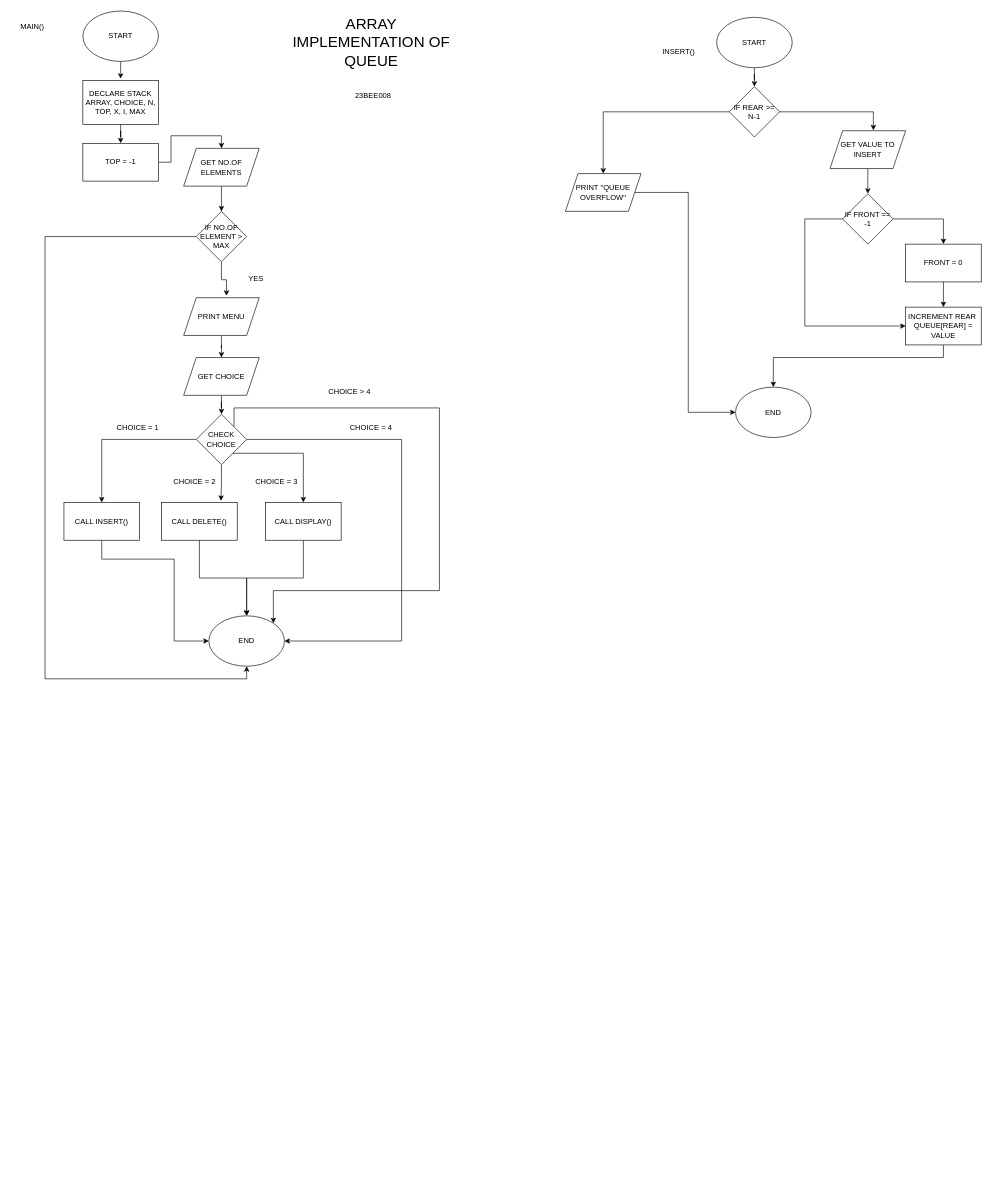
Before: QUEUE.drawio in ahamril2265/DSA-LABS, a draw.io diagram. Source tidied: cells renumbered, new cells numbered last; positions are measured from the earlier drawing's top-left corner, leaving out a move shared by most shapes. Both pictures are drawn from the tidied source at 63%, with x=0, y=0 at pixel (13, 11).
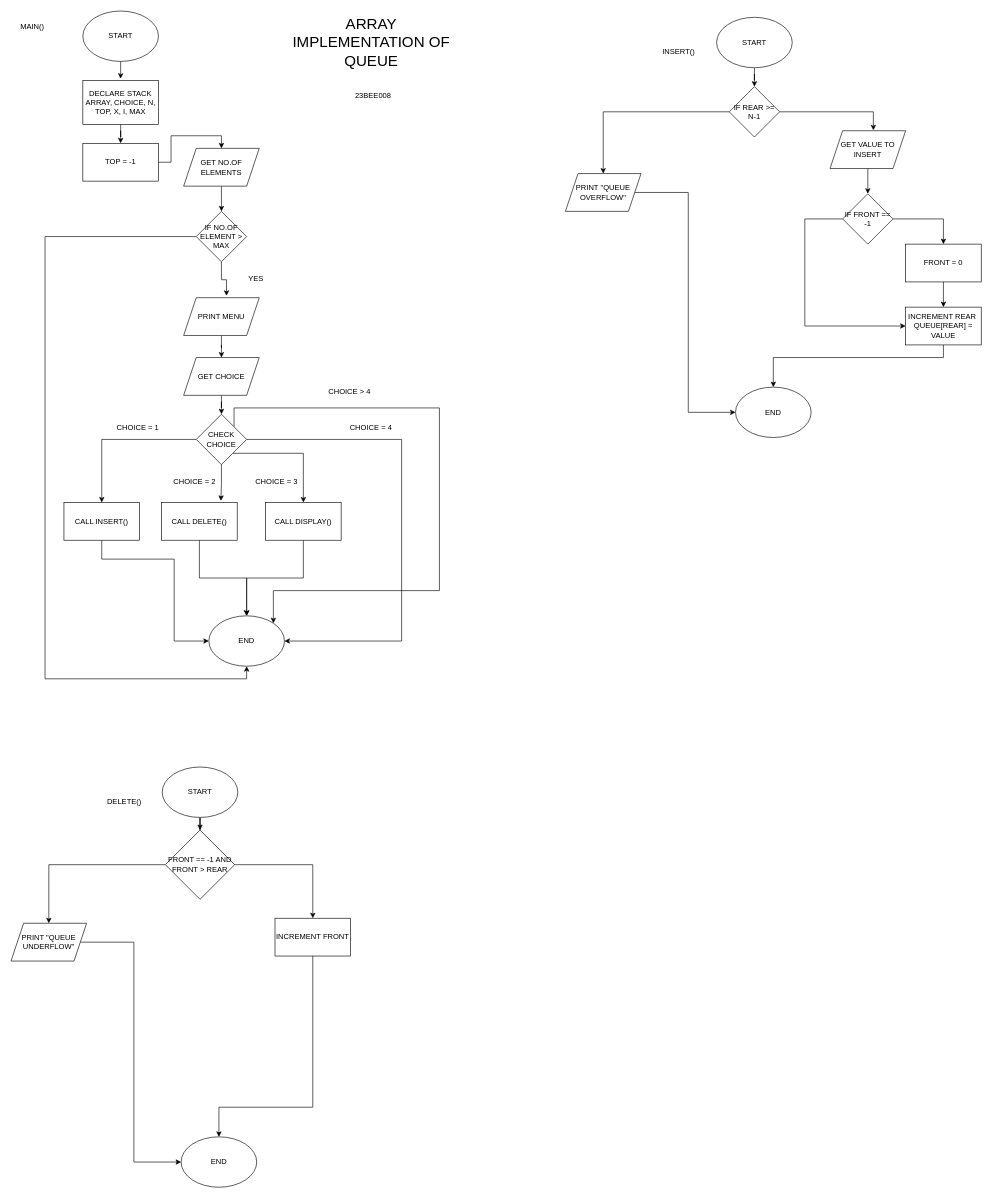
The same diagram, later.

Diff of the diagram source:
```diff
@@
+    <mxCell id="57" style="edgeStyle=orthogonalEdgeStyle;rounded=0;jettySize=auto;html=1;entryX=0.5;entryY=0;entryDx=0;entryDy=0;" parent="1" edge="1" source="58" target="60">
+      <mxGeometry relative="1" as="geometry" />
+    </mxCell>
+    <mxCell id="58" value="START" style="ellipse;whiteSpace=wrap;html=1;" parent="1" vertex="1">
+      <mxGeometry x="236" y="1200" width="120" height="80" as="geometry" />
+    </mxCell>
+    <mxCell id="59" style="edgeStyle=orthogonalEdgeStyle;rounded=0;jettySize=auto;html=1;entryX=0.5;entryY=0;entryDx=0;entryDy=0;" parent="1" edge="1" source="60" target="62">
+      <mxGeometry relative="1" as="geometry" />
+    </mxCell>
+    <mxCell id="60" value="FRONT == -1 AND FRONT &amp;gt; REAR" style="rhombus;whiteSpace=wrap;html=1;" parent="1" vertex="1">
+      <mxGeometry x="241" y="1300" width="110" height="110" as="geometry" />
+    </mxCell>
+    <mxCell id="61" style="edgeStyle=orthogonalEdgeStyle;rounded=0;jettySize=auto;html=1;entryX=0;entryY=0.5;entryDx=0;entryDy=0;" parent="1" edge="1" source="62" target="66">
+      <mxGeometry relative="1" as="geometry" />
+    </mxCell>
+    <mxCell id="62" value="PRINT &quot;QUEUE UNDERFLOW&quot;" style="shape=parallelogram;perimeter=parallelogramPerimeter;whiteSpace=wrap;html=1;fixedSize=1;" parent="1" vertex="1">
+      <mxGeometry x="-4" y="1448" width="120" height="60" as="geometry" />
+    </mxCell>
+    <mxCell id="63" style="edgeStyle=orthogonalEdgeStyle;rounded=0;jettySize=auto;html=1;entryX=0.5;entryY=0;entryDx=0;entryDy=0;" parent="1" edge="1" source="60" target="65">
+      <mxGeometry relative="1" as="geometry" />
+    </mxCell>
+    <mxCell id="64" style="edgeStyle=orthogonalEdgeStyle;rounded=0;jettySize=auto;html=1;" parent="1" edge="1" source="65" target="66">
+      <mxGeometry relative="1" as="geometry">
+        <Array as="points">
+          <mxPoint x="475" y="1740" />
+          <mxPoint x="326" y="1740" />
+        </Array>
+      </mxGeometry>
+    </mxCell>
+    <mxCell id="65" value="INCREMENT FRONT" style="rounded=0;whiteSpace=wrap;html=1;" parent="1" vertex="1">
+      <mxGeometry x="415" y="1440" width="120" height="60" as="geometry" />
+    </mxCell>
+    <mxCell id="66" value="END" style="ellipse;whiteSpace=wrap;html=1;" parent="1" vertex="1">
+      <mxGeometry x="266" y="1787" width="120" height="80" as="geometry" />
+    </mxCell>
+    <mxCell id="67" value="DELETE()" style="text;html=1;whiteSpace=wrap;strokeColor=none;fillColor=none;align=center;verticalAlign=middle;rounded=0;" parent="1" vertex="1">
+      <mxGeometry x="146" y="1240" width="60" height="30" as="geometry" />
+    </mxCell>
```
